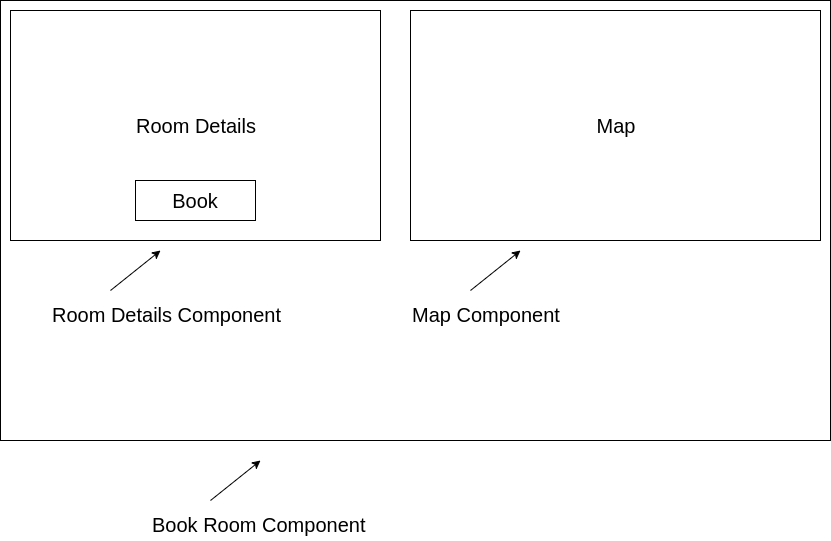
This is docs/wireframes/book_room.png from bokats/Roomsurfing, a draw.io export, as it was before one commit. Source tidied: cells renumbered, new cells last; positions are measured from the earlier drawing's top-left corner, leaving out a move shared by most shapes.
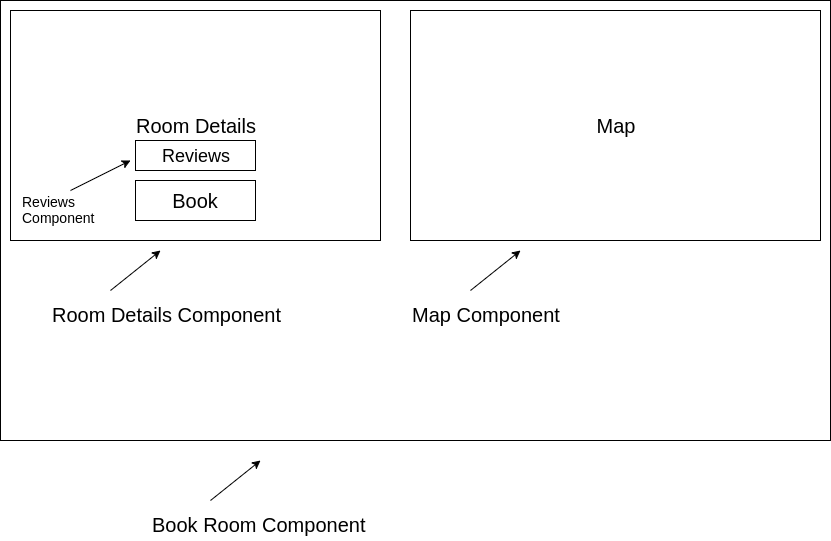
Later version of the same file.

Commit message:
Change image_url to text, fixed state to include reviews separetely, changed the wireframes to include a reviews component in book_room

Change to the diagram source:
```diff
@@ -1,4 +1,4 @@
-<mxGraphModel background="#ffffff">
+<mxGraphModel>
   <root>
     <mxCell id="0" />
     <mxCell id="1" parent="0" />
@@ -41,5 +41,17 @@
     <mxCell id="11" value="Book" style="whiteSpace=wrap;html=1;fontSize=20;align=center;" parent="1" vertex="1">
       <mxGeometry x="135" y="180" width="120" height="40" as="geometry" />
     </mxCell>
+    <mxCell id="12" value="Reviews" style="whiteSpace=wrap;html=1;fontSize=18;align=center;" parent="1" vertex="1">
+      <mxGeometry x="135" y="140" width="120" height="30" as="geometry" />
+    </mxCell>
+    <mxCell id="13" style="endArrow=classic;html=1;fontSize=20;" parent="1" edge="1">
+      <mxGeometry relative="1" as="geometry">
+        <mxPoint x="70" y="190" as="sourcePoint" />
+        <mxPoint x="130" y="160" as="targetPoint" />
+      </mxGeometry>
+    </mxCell>
+    <mxCell id="14" value="Reviews&amp;nbsp;&lt;div&gt;Component&lt;/div&gt;" style="text;html=1;align=left;verticalAlign=top;spacingTop=-4;fontSize=14;" parent="1" vertex="1">
+      <mxGeometry x="20" y="191" width="90" height="40" as="geometry" />
+    </mxCell>
   </root>
 </mxGraphModel>
```
